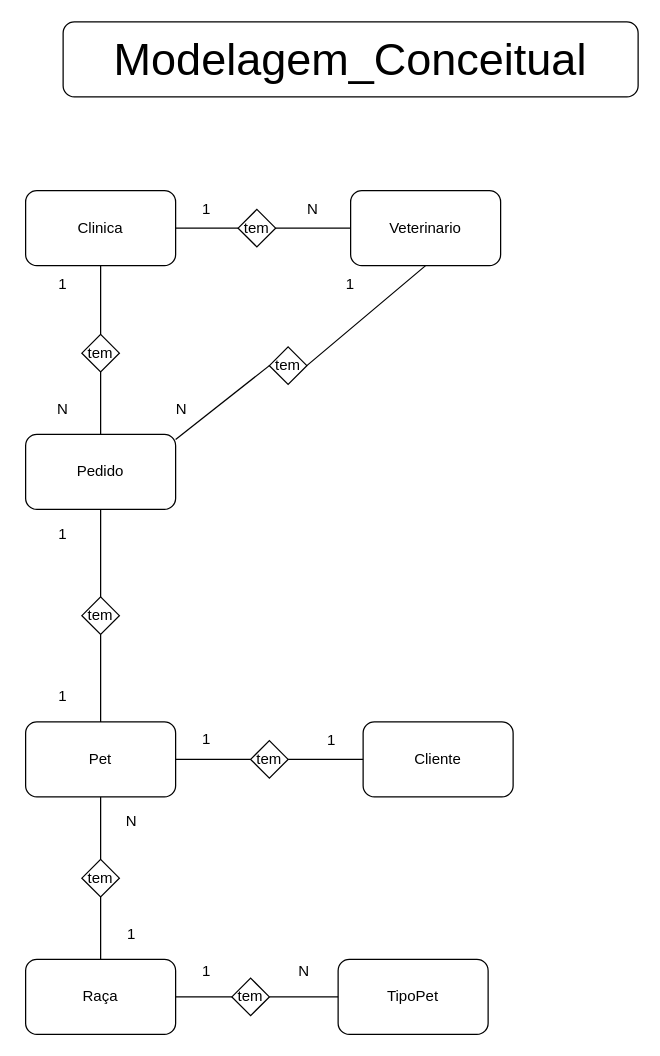
Before: page "Page-1" (1 of 2) of Modelagem - PcClinics/ModelagemPcClinics (1).drawio in amadorsenai/Banco-de-dados---S12T, a draw.io diagram. Source tidied: cells renumbered, new cells numbered last; positions are measured from the earlier drawing's top-left corner, leaving out a move shared by most shapes. Both pictures are drawn from the tidied source at 125%, with x=0, y=0 at pixel (25, 21).
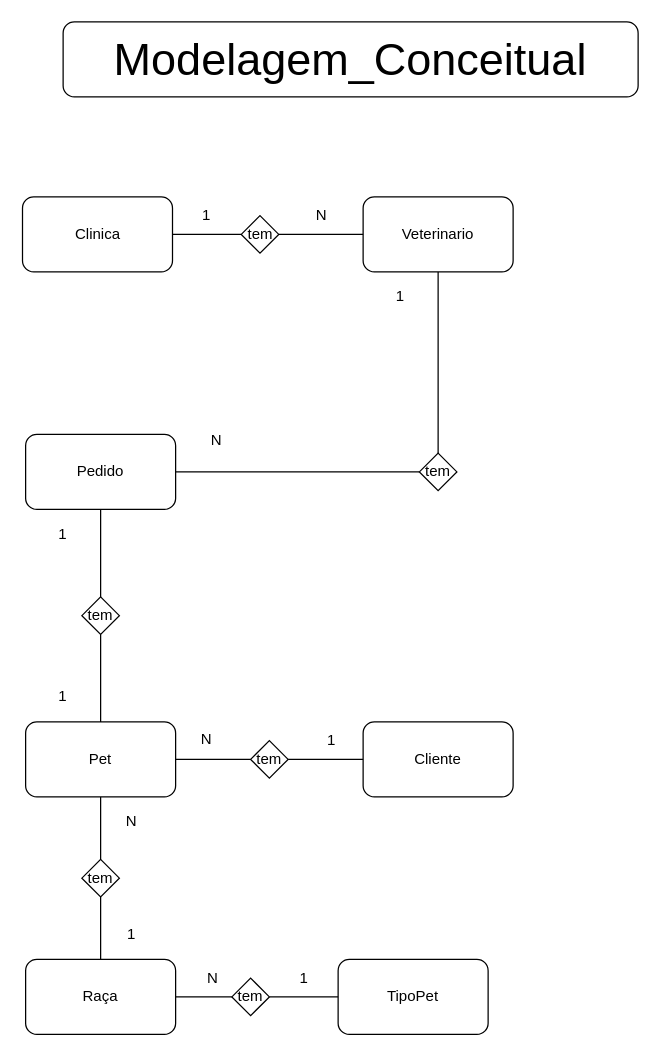
The same page after the edit.

Unchanged cells that the change refers to:
```xml
<mxCell id="10" value="Pedido" style="rounded=1;whiteSpace=wrap;html=1;" parent="1" vertex="1">
  <mxGeometry y="330" width="120" height="60" as="geometry" />
</mxCell>
```

What changed in the source:
```diff
@@
     <mxCell id="3" value="Clinica" style="rounded=1;whiteSpace=wrap;html=1;" parent="1" vertex="1">
-      <mxGeometry y="135" width="120" height="60" as="geometry" />
+      <mxGeometry x="-2.5" y="140" width="120" height="60" as="geometry" />
     </mxCell>
     <mxCell id="4" value="Veterinario" style="rounded=1;whiteSpace=wrap;html=1;" parent="1" vertex="1">
-      <mxGeometry x="260" y="135" width="120" height="60" as="geometry" />
+      <mxGeometry x="270" y="140" width="120" height="60" as="geometry" />
     </mxCell>
     <mxCell id="5" value="tem" style="rhombus;whiteSpace=wrap;html=1;" parent="1" vertex="1">
-      <mxGeometry x="170" y="150" width="30" height="30" as="geometry" />
+      <mxGeometry x="172.5" y="155" width="30" height="30" as="geometry" />
     </mxCell>
@@
     <mxCell id="8" value="N" style="text;html=1;strokeColor=none;fillColor=none;align=center;verticalAlign=middle;whiteSpace=wrap;rounded=0;" parent="1" vertex="1">
-      <mxGeometry x="210" y="140" width="40" height="20" as="geometry" />
+      <mxGeometry x="216.5" y="145" width="40" height="20" as="geometry" />
     </mxCell>
     <mxCell id="9" value="1" style="text;html=1;strokeColor=none;fillColor=none;align=center;verticalAlign=middle;whiteSpace=wrap;rounded=0;" parent="1" vertex="1">
-      <mxGeometry x="125" y="140" width="40" height="20" as="geometry" />
+      <mxGeometry x="125" y="145" width="40" height="20" as="geometry" />
     </mxCell>
@@
-    <mxCell id="11" value="tem" style="rhombus;whiteSpace=wrap;html=1;" parent="1" vertex="1">
-      <mxGeometry x="45" y="250" width="30" height="30" as="geometry" />
-    </mxCell>
-    <mxCell id="12" style="endArrow=none;html=1;entryX=0.5;entryY=1;entryDx=0;entryDy=0;exitX=0.5;exitY=0;exitDx=0;exitDy=0;" parent="1" edge="1" source="11" target="3">
-      <mxGeometry relative="1" as="geometry" />
-    </mxCell>
-    <mxCell id="13" style="endArrow=none;html=1;entryX=0.5;entryY=1;entryDx=0;entryDy=0;exitX=0.5;exitY=0;exitDx=0;exitDy=0;" parent="1" edge="1" source="10" target="11">
-      <mxGeometry relative="1" as="geometry" />
-    </mxCell>
-    <mxCell id="14" value="1" style="text;html=1;strokeColor=none;fillColor=none;align=center;verticalAlign=middle;whiteSpace=wrap;rounded=0;" parent="1" vertex="1">
-      <mxGeometry x="10" y="200" width="40" height="20" as="geometry" />
-    </mxCell>
-    <mxCell id="15" value="N" style="text;html=1;strokeColor=none;fillColor=none;align=center;verticalAlign=middle;whiteSpace=wrap;rounded=0;" parent="1" vertex="1">
-      <mxGeometry x="10" y="300" width="40" height="20" as="geometry" />
-    </mxCell>
     <mxCell id="16" value="tem" style="rhombus;whiteSpace=wrap;html=1;" parent="1" vertex="1">
-      <mxGeometry x="195" y="260" width="30" height="30" as="geometry" />
+      <mxGeometry x="315" y="345" width="30" height="30" as="geometry" />
     </mxCell>
-    <mxCell id="17" style="endArrow=none;html=1;exitX=1;exitY=0.067;exitDx=0;exitDy=0;exitPerimeter=0;entryX=0;entryY=0.5;entryDx=0;entryDy=0;" parent="1" edge="1" source="10" target="16">
+    <mxCell id="17" style="endArrow=none;html=1;exitX=1;exitY=0.5;exitDx=0;exitDy=0;entryX=0;entryY=0.5;entryDx=0;entryDy=0;" parent="1" edge="1" source="10" target="16">
       <mxGeometry relative="1" as="geometry" />
     </mxCell>
-    <mxCell id="18" style="endArrow=none;html=1;entryX=0.5;entryY=1;entryDx=0;entryDy=0;exitX=1;exitY=0.5;exitDx=0;exitDy=0;" parent="1" edge="1" source="16" target="4">
+    <mxCell id="18" style="endArrow=none;html=1;entryX=0.5;entryY=1;entryDx=0;entryDy=0;exitX=0.5;exitY=0;exitDx=0;exitDy=0;" parent="1" edge="1" source="16" target="4">
       <mxGeometry relative="1" as="geometry" />
     </mxCell>
     <mxCell id="19" value="N" style="text;html=1;strokeColor=none;fillColor=none;align=center;verticalAlign=middle;whiteSpace=wrap;rounded=0;" parent="1" vertex="1">
-      <mxGeometry x="105" y="300" width="40" height="20" as="geometry" />
+      <mxGeometry x="132.5" y="325" width="40" height="20" as="geometry" />
     </mxCell>
-    <mxCell id="20" value="1" style="text;html=1;strokeColor=none;fillColor=none;align=center;verticalAlign=middle;whiteSpace=wrap;rounded=0;" parent="1" vertex="1">
-      <mxGeometry x="240" y="200" width="40" height="20" as="geometry" />
-    </mxCell>
@@
-    <mxCell id="31" value="1" style="text;html=1;strokeColor=none;fillColor=none;align=center;verticalAlign=middle;whiteSpace=wrap;rounded=0;" parent="1" vertex="1">
+    <mxCell id="31" value="N" style="text;html=1;strokeColor=none;fillColor=none;align=center;verticalAlign=middle;whiteSpace=wrap;rounded=0;" parent="1" vertex="1">
       <mxGeometry x="125" y="564" width="40" height="20" as="geometry" />
     </mxCell>
@@
     <mxCell id="43" value="N" style="text;html=1;strokeColor=none;fillColor=none;align=center;verticalAlign=middle;whiteSpace=wrap;rounded=0;" parent="1" vertex="1">
-      <mxGeometry x="202.5" y="750" width="40" height="20" as="geometry" />
+      <mxGeometry x="130" y="755" width="40" height="20" as="geometry" />
     </mxCell>
     <mxCell id="44" value="1" style="text;html=1;strokeColor=none;fillColor=none;align=center;verticalAlign=middle;whiteSpace=wrap;rounded=0;" parent="1" vertex="1">
-      <mxGeometry x="125" y="750" width="40" height="20" as="geometry" />
+      <mxGeometry x="202.5" y="755" width="40" height="20" as="geometry" />
     </mxCell>
+    <mxCell id="45" value="1" style="text;html=1;strokeColor=none;fillColor=none;align=center;verticalAlign=middle;whiteSpace=wrap;rounded=0;" parent="1" vertex="1">
+      <mxGeometry x="280" y="210" width="40" height="20" as="geometry" />
+    </mxCell>
```
